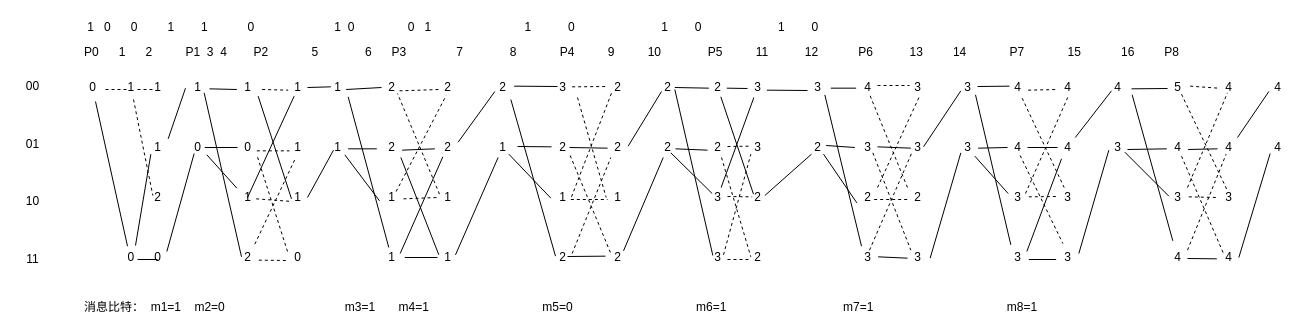
Before: Untitled Diagram.drawio in wywmyy/wywmyy.github.io, a draw.io diagram. Source tidied: cells renumbered, new cells numbered last; positions are measured from the earlier drawing's top-left corner, leaving out a move shared by most shapes. Both pictures are drawn from the tidied source at 100%, with x=0, y=0 at pixel (17, 17).
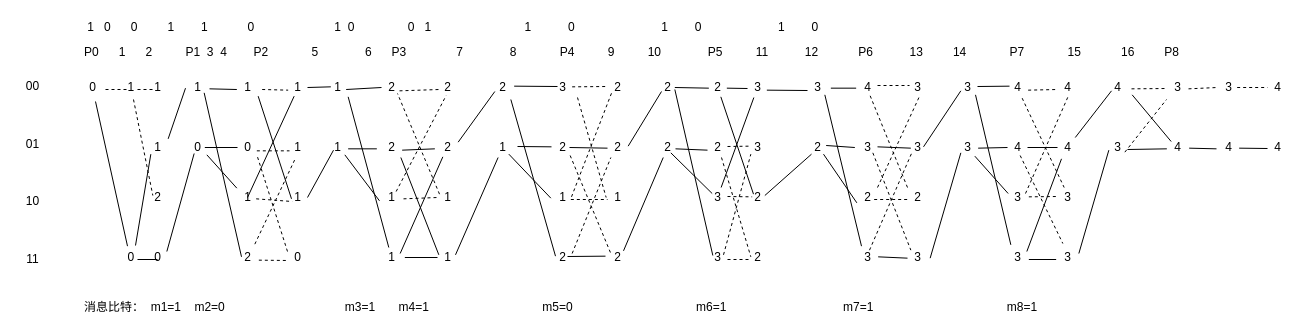
Above is the later version.

Unchanged cells that the change refers to:
```xml
<mxCell id="163" value="4" style="text;html=1;align=center;verticalAlign=middle;points=[];fillColor=none;strokeColor=none;rounded=0;" parent="1" vertex="1">
  <mxGeometry x="1090" y="60" width="20" height="20" as="geometry" />
</mxCell>
<mxCell id="165" value="3" style="text;html=1;align=center;verticalAlign=middle;points=[];fillColor=none;strokeColor=none;rounded=0;" parent="1" vertex="1">
  <mxGeometry x="1090" y="120" width="20" height="20" as="geometry" />
</mxCell>
<mxCell id="169" value="4" style="text;html=1;align=center;verticalAlign=middle;points=[];fillColor=none;strokeColor=none;rounded=0;" parent="1" vertex="1">
  <mxGeometry x="1150" y="120" width="20" height="20" as="geometry" />
</mxCell>
<mxCell id="177" value="4" style="text;html=1;align=center;verticalAlign=middle;points=[];fillColor=none;strokeColor=none;rounded=0;" parent="1" vertex="1">
  <mxGeometry x="1201" y="120" width="20" height="20" as="geometry" />
</mxCell>
<mxCell id="187" value="4" style="text;html=1;align=center;verticalAlign=middle;points=[];fillColor=none;strokeColor=none;rounded=0;" parent="1" vertex="1">
  <mxGeometry x="1250" y="60" width="20" height="20" as="geometry" />
</mxCell>
<mxCell id="189" value="4" style="text;html=1;align=center;verticalAlign=middle;points=[];fillColor=none;strokeColor=none;rounded=0;" parent="1" vertex="1">
  <mxGeometry x="1250" y="120" width="20" height="20" as="geometry" />
</mxCell>
```

The edit, as a diff of the source:
```diff
@@
-    <mxCell id="167" value="5" style="text;html=1;align=center;verticalAlign=middle;points=[];fillColor=none;strokeColor=none;rounded=0;" parent="1" vertex="1">
+    <mxCell id="167" value="3" style="text;html=1;align=center;verticalAlign=middle;points=[];fillColor=none;strokeColor=none;rounded=0;" parent="1" vertex="1">
       <mxGeometry x="1150" y="60" width="20" height="20" as="geometry" />
     </mxCell>
-    <mxCell id="168" style="endArrow=none;html=1;rounded=0;exitX=1.2;exitY=0.567;exitDx=0;exitDy=0;exitPerimeter=0;" parent="1" edge="1" source="163">
+    <mxCell id="168" style="endArrow=none;html=1;rounded=0;exitX=1.2;exitY=0.567;exitDx=0;exitDy=0;exitPerimeter=0;dashed=1;" parent="1" edge="1" source="163">
       <mxGeometry relative="1" as="geometry">
         <mxPoint x="1150" y="71" as="targetPoint" />
       </mxGeometry>
     </mxCell>
@@
-    <mxCell id="171" value="4" style="text;html=1;align=center;verticalAlign=middle;points=[];fillColor=none;strokeColor=none;rounded=0;" parent="1" vertex="1">
-      <mxGeometry x="1150" y="230" width="20" height="20" as="geometry" />
-    </mxCell>
-    <mxCell id="172" style="endArrow=none;html=1;rounded=0;exitX=1.233;exitY=0.867;exitDx=0;exitDy=0;exitPerimeter=0;entryX=0.267;entryY=-0.333;entryDx=0;entryDy=0;entryPerimeter=0;" parent="1" edge="1" source="163" target="171">
+    <mxCell id="172" style="endArrow=none;html=1;rounded=0;exitX=1.233;exitY=0.867;exitDx=0;exitDy=0;exitPerimeter=0;entryX=0.183;entryY=0.2;entryDx=0;entryDy=0;entryPerimeter=0;" parent="1" edge="1" source="163" target="169">
       <mxGeometry relative="1" as="geometry" />
     </mxCell>
-    <mxCell id="173" value="3" style="text;html=1;align=center;verticalAlign=middle;points=[];fillColor=none;strokeColor=none;rounded=0;" parent="1" vertex="1">
-      <mxGeometry x="1150" y="170" width="20" height="20" as="geometry" />
-    </mxCell>
-    <mxCell id="174" style="endArrow=none;html=1;rounded=0;entryX=0.067;entryY=0.433;entryDx=0;entryDy=0;entryPerimeter=0;exitX=0.867;exitY=0.733;exitDx=0;exitDy=0;exitPerimeter=0;" parent="1" edge="1" source="165" target="173">
+    <mxCell id="174" style="endArrow=none;html=1;rounded=0;entryX=-0.05;entryY=1.1;entryDx=0;entryDy=0;entryPerimeter=0;exitX=0.867;exitY=0.733;exitDx=0;exitDy=0;exitPerimeter=0;dashed=1;" parent="1" edge="1" source="165" target="167">
       <mxGeometry relative="1" as="geometry" />
     </mxCell>
-    <mxCell id="175" value="4" style="text;html=1;align=center;verticalAlign=middle;points=[];fillColor=none;strokeColor=none;rounded=0;" parent="1" vertex="1">
+    <mxCell id="175" value="3" style="text;html=1;align=center;verticalAlign=middle;points=[];fillColor=none;strokeColor=none;rounded=0;" parent="1" vertex="1">
       <mxGeometry x="1201" y="60" width="20" height="20" as="geometry" />
     </mxCell>
-    <mxCell id="176" style="endArrow=none;html=1;rounded=0;entryX=-0.017;entryY=0.533;entryDx=0;entryDy=0;entryPerimeter=0;exitX=1.133;exitY=0.433;exitDx=0;exitDy=0;exitPerimeter=0;dashed=1;" parent="1" edge="1" source="167" target="175">
-      <mxGeometry relative="1" as="geometry" />
-    </mxCell>
@@
-    <mxCell id="178" style="endArrow=none;html=1;rounded=0;entryX=-0.05;entryY=0.567;entryDx=0;entryDy=0;entryPerimeter=0;exitX=1.033;exitY=0.6;exitDx=0;exitDy=0;exitPerimeter=0;" parent="1" edge="1" source="169" target="177">
-      <mxGeometry relative="1" as="geometry" />
-    </mxCell>
-    <mxCell id="179" value="3" style="text;html=1;align=center;verticalAlign=middle;points=[];fillColor=none;strokeColor=none;rounded=0;" parent="1" vertex="1">
-      <mxGeometry x="1201" y="170" width="20" height="20" as="geometry" />
-    </mxCell>
-    <mxCell id="180" style="endArrow=none;html=1;rounded=0;exitX=1.067;exitY=0.467;exitDx=0;exitDy=0;exitPerimeter=0;dashed=1;" parent="1" edge="1" source="173">
-      <mxGeometry relative="1" as="geometry">
-        <mxPoint x="1200" y="180" as="targetPoint" />
-      </mxGeometry>
-    </mxCell>
-    <mxCell id="181" value="4" style="text;html=1;align=center;verticalAlign=middle;points=[];fillColor=none;strokeColor=none;rounded=0;" parent="1" vertex="1">
-      <mxGeometry x="1201" y="230" width="20" height="20" as="geometry" />
-    </mxCell>
-    <mxCell id="182" style="endArrow=none;html=1;rounded=0;entryX=-0.083;entryY=0.567;entryDx=0;entryDy=0;entryPerimeter=0;" parent="1" edge="1" target="181">
-      <mxGeometry relative="1" as="geometry">
-        <mxPoint x="1170" y="241" as="sourcePoint" />
-      </mxGeometry>
-    </mxCell>
-    <mxCell id="183" style="endArrow=none;dashed=1;html=1;rounded=0;exitX=0.7;exitY=0.833;exitDx=0;exitDy=0;exitPerimeter=0;entryX=0.45;entryY=0.167;entryDx=0;entryDy=0;entryPerimeter=0;" parent="1" edge="1" source="167" target="179">
-      <mxGeometry relative="1" as="geometry" />
-    </mxCell>
-    <mxCell id="184" style="endArrow=none;dashed=1;html=1;rounded=0;exitX=0.7;exitY=0.933;exitDx=0;exitDy=0;exitPerimeter=0;entryX=0.25;entryY=0.3;entryDx=0;entryDy=0;entryPerimeter=0;" parent="1" edge="1" source="169" target="181">
-      <mxGeometry relative="1" as="geometry" />
-    </mxCell>
-    <mxCell id="185" style="endArrow=none;html=1;rounded=0;entryX=0.45;entryY=0.767;entryDx=0;entryDy=0;entryPerimeter=0;dashed=1;" parent="1" edge="1" target="175">
-      <mxGeometry relative="1" as="geometry">
-        <mxPoint x="1170" y="170" as="sourcePoint" />
-      </mxGeometry>
-    </mxCell>
-    <mxCell id="186" style="endArrow=none;dashed=1;html=1;rounded=0;entryX=0.383;entryY=0.833;entryDx=0;entryDy=0;entryPerimeter=0;exitX=1;exitY=0.133;exitDx=0;exitDy=0;exitPerimeter=0;" parent="1" edge="1" source="171" target="177">
-      <mxGeometry relative="1" as="geometry" />
-    </mxCell>
@@
-    <mxCell id="188" style="endArrow=none;html=1;rounded=0;entryX=0.067;entryY=0.7;entryDx=0;entryDy=0;entryPerimeter=0;" parent="1" edge="1" target="187">
+    <mxCell id="188" style="endArrow=none;html=1;rounded=0;exitX=0.933;exitY=0.5;exitDx=0;exitDy=0;exitPerimeter=0;dashed=1;" parent="1" edge="1" source="175">
       <mxGeometry relative="1" as="geometry">
-        <mxPoint x="1220" y="120" as="sourcePoint" />
+        <mxPoint x="1250" y="70" as="targetPoint" />
       </mxGeometry>
     </mxCell>
@@
-    <mxCell id="190" style="endArrow=none;html=1;rounded=0;exitX=1.017;exitY=0.5;exitDx=0;exitDy=0;exitPerimeter=0;entryX=0.133;entryY=0.8;entryDx=0;entryDy=0;entryPerimeter=0;" parent="1" edge="1" source="181" target="189">
-      <mxGeometry relative="1" as="geometry" />
+    <mxCell id="190" style="endArrow=none;html=1;rounded=0;exitX=1.033;exitY=0.533;exitDx=0;exitDy=0;exitPerimeter=0;" parent="1" edge="1" source="177">
+      <mxGeometry relative="1" as="geometry">
+        <mxPoint x="1250" y="131" as="targetPoint" />
+      </mxGeometry>
     </mxCell>
+    <mxCell id="191" style="endArrow=none;html=1;rounded=0;exitX=1.05;exitY=0.567;exitDx=0;exitDy=0;exitPerimeter=0;dashed=1;" parent="1" edge="1" source="167">
+      <mxGeometry relative="1" as="geometry">
+        <mxPoint x="1200" y="70" as="targetPoint" />
+      </mxGeometry>
+    </mxCell>
+    <mxCell id="178" style="endArrow=none;html=1;rounded=0;exitX=1.083;exitY=0.533;exitDx=0;exitDy=0;exitPerimeter=0;entryX=-0.1;entryY=0.567;entryDx=0;entryDy=0;entryPerimeter=0;" parent="1" edge="1" source="169" target="177">
+      <mxGeometry relative="1" as="geometry" />
+    </mxCell>
```
